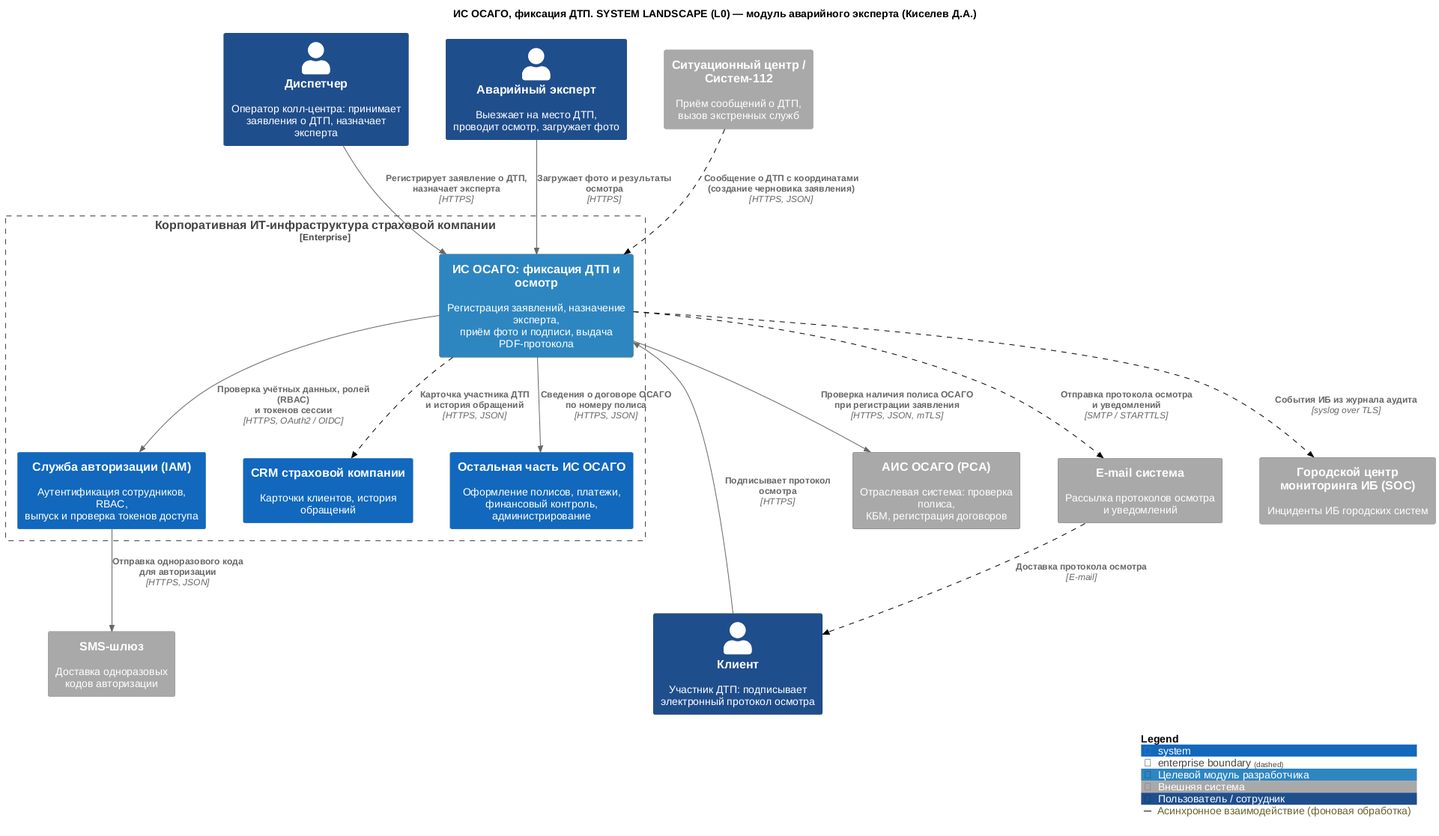
Earlier version of the PlantUML export architecture/docs/images/kiselev_api/L0_landscape.png (ElectricLight-ELO/Insurance-system).
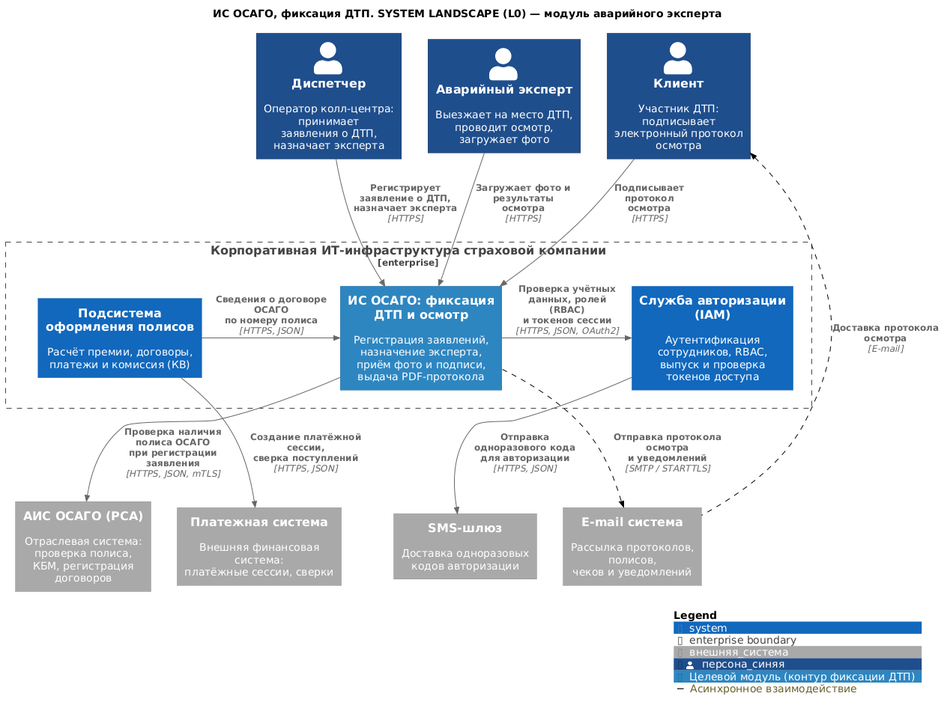
Later version of the same file.

What changed in the source:
```diff
@@ -1,39 +1,68 @@
 @startuml
-!include ../core/C4_Context.puml
-LAYOUT_TOP_DOWN()
-title ИС ОСАГО, фиксация ДТП. SYSTEM LANDSCAPE (L0) — модуль аварийного эксперта (Киселев Д.А.)
+!include https://raw.githubusercontent.com/plantuml-stdlib/C4-PlantUML/master/C4_Context.puml
 
-Person(dispatcher, "Диспетчер", "Оператор колл-центра: принимает\nзаявления о ДТП, назначает эксперта", $tags="staff")
-Person(expert, "Аварийный эксперт", "Выезжает на место ДТП,\nпроводит осмотр, загружает фото", $tags="staff")
-Person(client, "Клиент", "Участник ДТП: подписывает\nэлектронный протокол осмотра", $tags="staff")
+title ИС ОСАГО, фиксация ДТП. SYSTEM LANDSCAPE (L0) — модуль аварийного эксперта
 
-Enterprise_Boundary(enterprise, "Корпоративная ИТ-инфраструктура страховой компании") {
-    System(mod_accident, "ИС ОСАГО: фиксация ДТП и осмотр", "Регистрация заявлений, назначение эксперта,\nприём фото и подписи, выдача PDF-протокола", $tags="target")
+
+AddSystemTag("внешняя_система", $bgColor="#A9A9A9", $borderColor="#8A8A8A", $fontColor="#FFFFFF")
+AddPersonTag("персона_синяя", $bgColor="#1F4E8C", $borderColor="#143560", $fontColor="#FFFFFF")
+AddSystemTag("мой_модуль", $bgColor="#2E86C1", $borderColor="#1B6E9C", $fontColor="#FFFFFF", $legendText="Целевой модуль (контур фиксации ДТП)")
+AddRelTag("пунктир", $lineStyle = DashedLine(), $lineColor = "#000000", $legendText="Асинхронное взаимодействие")
+
+
+Person(dispatcher, "Диспетчер", "Оператор колл-центра: принимает\nзаявления о ДТП, назначает эксперта", $tags="персона_синяя")
+Person(expert, "Аварийный эксперт", "Выезжает на место ДТП,\nпроводит осмотр, загружает фото", $tags="персона_синяя")
+Person(client, "Клиент", "Участник ДТП: подписывает\nэлектронный протокол осмотра", $tags="персона_синяя")
+
+
+Enterprise_Boundary(insurance_company, "Корпоративная ИТ-инфраструктура страховой компании") {
+
+    System(fixation, "ИС ОСАГО: фиксация ДТП и осмотр", "Регистрация заявлений, назначение эксперта,\nприём фото и подписи, выдача PDF-протокола", $tags="мой_модуль")
+
     System(iam, "Служба авторизации (IAM)", "Аутентификация сотрудников, RBAC,\nвыпуск и проверка токенов доступа")
-    System(crm, "CRM страховой компании", "Карточки клиентов, история обращений")
-    System(osago_core, "Остальная часть ИС ОСАГО", "Оформление полисов, платежи,\nфинансовый контроль, администрирование")
+
+    System(policy, "Подсистема оформления полисов", "Расчёт премии, договоры,\nплатежи и комиссия (КВ)")
 }
 
-System_Ext(ais_osago, "АИС ОСАГО (РСА)", "Отраслевая система: проверка полиса,\nКБМ, регистрация договоров", $tags="ext")
-System_Ext(sitc, "Ситуационный центр / Систем-112", "Приём сообщений о ДТП,\nвызов экстренных служб", $tags="ext")
-System_Ext(email_sys, "E-mail система", "Рассылка протоколов осмотра\nи уведомлений", $tags="ext")
-System_Ext(sms_sys, "SMS-шлюз", "Доставка одноразовых\nкодов авторизации", $tags="ext")
-System_Ext(soc, "Городской центр мониторинга ИБ (SOC)", "Инциденты ИБ городских систем", $tags="ext")
 
-Rel(dispatcher, mod_accident, "Регистрирует заявление о ДТП,\nназначает эксперта", "HTTPS")
-Rel(expert, mod_accident, "Загружает фото и результаты\nосмотра", "HTTPS")
-Rel(client, mod_accident, "Подписывает протокол\nосмотра", "HTTPS")
+System_Ext(ais_osago, "АИС ОСАГО (РСА)", "Отраслевая система: проверка полиса,\nКБМ, регистрация договоров", $tags="внешняя_система")
+System_Ext(payment_sys, "Платежная система", "Внешняя финансовая система:\nплатёжные сессии, сверки", $tags="внешняя_система")
+System_Ext(sms_sys, "SMS-шлюз", "Доставка одноразовых\nкодов авторизации", $tags="внешняя_система")
+System_Ext(email_sys, "E-mail система", "Рассылка протоколов, полисов,\nчеков и уведомлений", $tags="внешняя_система")
 
-Rel(mod_accident, iam, "Проверка учётных данных, ролей (RBAC)\nи токенов сессии", "HTTPS, OAuth2 / OIDC")
-Rel(mod_accident, crm, "Карточка участника ДТП\nи история обращений", "HTTPS, JSON", $tags="async")
-Rel(mod_accident, osago_core, "Сведения о договоре ОСАГО\nпо номеру полиса", "HTTPS, JSON")
 
-Rel(mod_accident, ais_osago, "Проверка наличия полиса ОСАГО\nпри регистрации заявления", "HTTPS, JSON, mTLS")
-Rel(sitc, mod_accident, "Сообщение о ДТП с координатами\n(создание черновика заявления)", "HTTPS, JSON", $tags="async")
-Rel(mod_accident, email_sys, "Отправка протокола осмотра\nи уведомлений", "SMTP / STARTTLS", $tags="async")
-Rel(email_sys, client, "Доставка протокола осмотра", "E-mail", $tags="async")
-Rel(iam, sms_sys, "Отправка одноразового кода\nдля авторизации", "HTTPS, JSON")
-Rel(mod_accident, soc, "События ИБ из журнала аудита", "syslog over TLS", $tags="async")
+Rel_D(dispatcher, fixation, "Регистрирует заявление о ДТП,\nназначает эксперта", "HTTPS")
+Rel_D(expert, fixation, "Загружает фото и результаты\nосмотра", "HTTPS")
+Rel_D(client, fixation, "Подписывает протокол\nосмотра", "HTTPS")
+
+
+Rel_R(fixation, iam, "Проверка учётных данных, ролей (RBAC)\nи токенов сессии", "HTTPS, JSON, OAuth2")
+Rel_R(policy, fixation, "Сведения о договоре ОСАГО\nпо номеру полиса", "HTTPS, JSON")
+
+
+Rel_R(iam, sms_sys, "Отправка одноразового кода\nдля авторизации", "HTTPS, JSON")
+Rel_R(policy, payment_sys, "Создание платёжной сессии,\nсверка поступлений", "HTTPS, JSON")
+
+
+Rel_D(fixation, ais_osago, "Проверка наличия полиса ОСАГО\nпри регистрации заявления", "HTTPS, JSON, mTLS")
+Rel_D(fixation, email_sys, "Отправка протокола осмотра\nи уведомлений", "SMTP / STARTTLS", $tags="пунктир")
+
+Rel_U(email_sys, client, "Доставка протокола осмотра", "E-mail", $tags="пунктир")
+
+
+dispatcher -[hidden]right- expert
+expert -[hidden]right- client
+
+fixation -[hidden]right- iam
+iam -[hidden]right- policy
+
+ais_osago -[hidden]right- payment_sys
+payment_sys -[hidden]right- sms_sys
+sms_sys -[hidden]right- email_sys
+
+insurance_company -[hidden]down- ais_osago
+
 
 SHOW_LEGEND()
+
 @enduml
```
